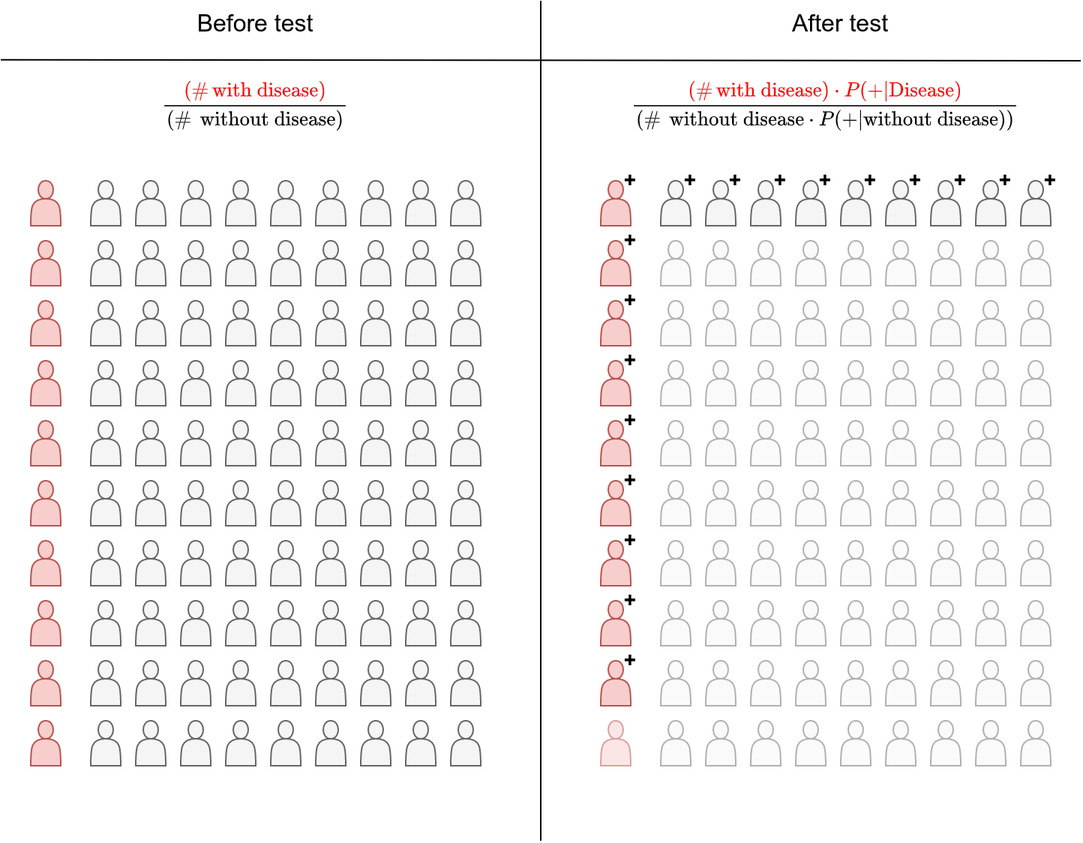
The draw.io diagram img-resources/bayes-theorem-disease.drawio.png in LugoBlogger/AK-201-426-data-science, before a commit. Source tidied: cells renumbered, new cells last; positions are measured from the earlier drawing's top-left corner, leaving out a move shared by most shapes.
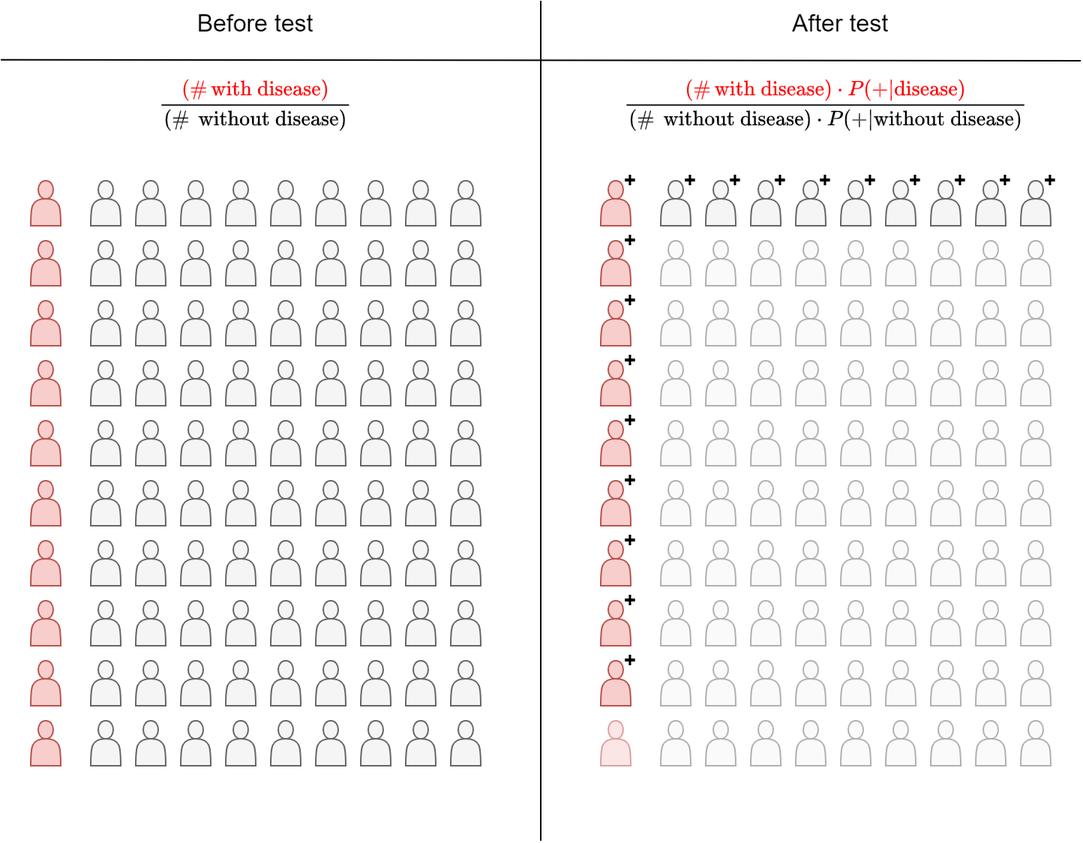
The same diagram one commit later.

Change to the diagram source:
```diff
@@ -323,7 +323,7 @@
     <mxCell id="106" style="shape=actor;whiteSpace=wrap;html=1;strokeColor=#666666;fontSize=12;fillColor=#f5f5f5;fontColor=#333333;" parent="1" vertex="1">
       <mxGeometry x="300" y="480" width="20" height="30" as="geometry" />
     </mxCell>
-    <mxCell id="107" value="&lt;font style=&quot;font-size: 12px;&quot;&gt;\[\frac{\color{red}{(\#\,\textrm{with disease})} \cdot P(+|\textrm{Disease}) }{(\#\,\textrm{ without disease} \cdot P(+ | \textrm{without disease}))}\]&lt;/font&gt;" style="text;html=1;strokeColor=none;fillColor=none;align=center;verticalAlign=middle;whiteSpace=wrap;rounded=0;fontSize=12;fontColor=#000000;" parent="1" vertex="1">
+    <mxCell id="107" value="&lt;font style=&quot;font-size: 12px;&quot;&gt;\[\frac{\color{red}{(\#\,\textrm{with disease})} \cdot P(+|\textrm{disease}) }{(\#\,\textrm{ without disease}) \cdot P(+ | \textrm{without disease})}\]&lt;/font&gt;" style="text;html=1;strokeColor=none;fillColor=none;align=center;verticalAlign=middle;whiteSpace=wrap;rounded=0;fontSize=12;fontColor=#000000;" parent="1" vertex="1">
       <mxGeometry x="410" y="40" width="280" height="60" as="geometry" />
     </mxCell>
     <mxCell id="108" style="shape=actor;whiteSpace=wrap;html=1;strokeColor=#b85450;fontSize=12;fillColor=#f8cecc;" parent="1" vertex="1">
```
